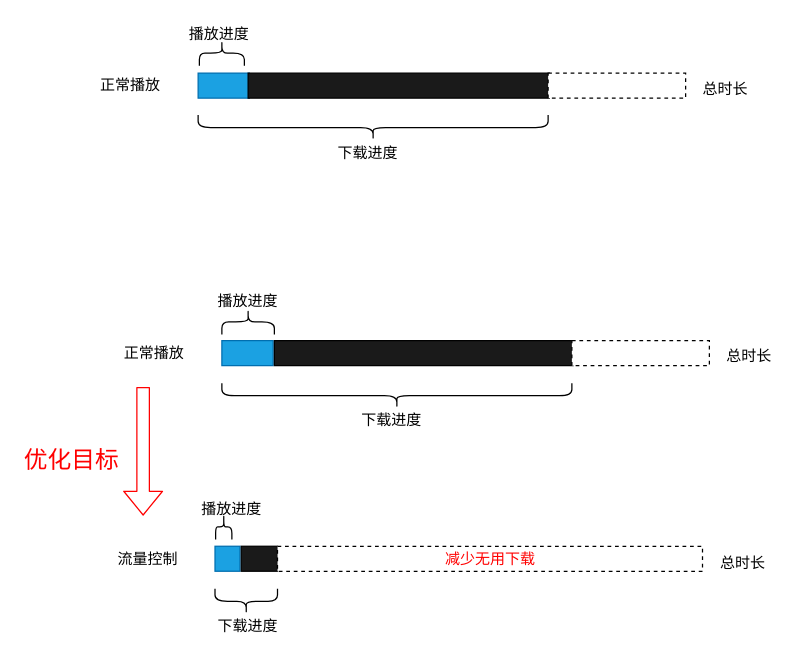
The draw.io diagram page "流控进度图" (10 of 15) of process_container.drawio in Anyewuya/Sev, before the edit. Source tidied: cells renumbered, new cells numbered last; positions are measured from the earlier drawing's top-left corner, leaving out a move shared by most shapes. Both pictures are drawn from the tidied source at 125%, with x=0, y=0 at pixel (20, -48).
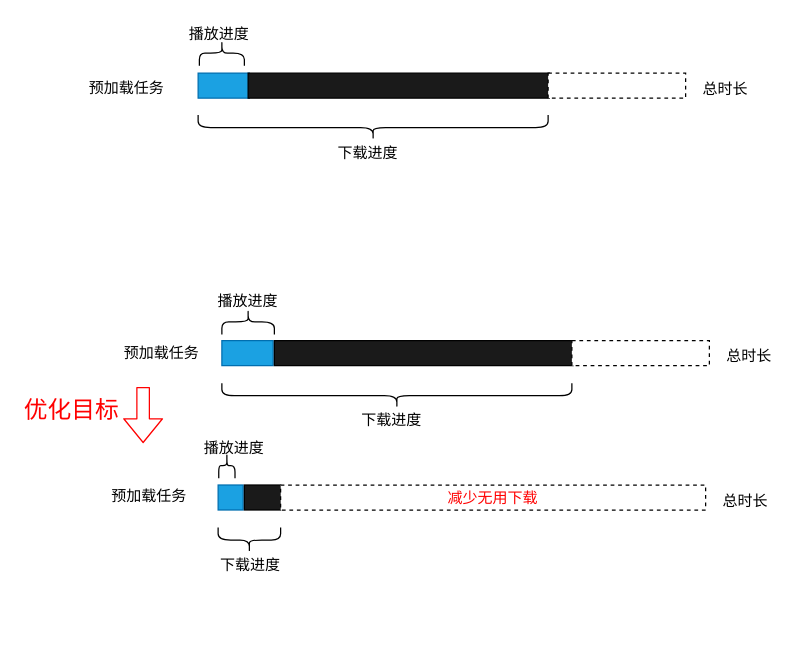
The same page after the edit.

What changed in the source:
```diff
@@
-    <mxCell id="2" value="正常播放" style="text;html=1;align=left;verticalAlign=top;spacingTop=-4;" parent="1" vertex="1">
-      <mxGeometry x="81" y="310" width="58" height="14" as="geometry" />
+    <mxCell id="2" value="预加载任务" style="text;html=1;align=left;verticalAlign=top;spacingTop=-4;" parent="1" vertex="1">
+      <mxGeometry x="81" y="310" width="70" height="14" as="geometry" />
     </mxCell>
@@
-    <mxCell id="11" value="流量控制" style="text;html=1;align=left;verticalAlign=top;spacingTop=-4;" parent="1" vertex="1">
-      <mxGeometry x="75.5" y="474.5" width="60" height="20" as="geometry" />
+    <mxCell id="11" value="预加载任务" style="text;html=1;align=left;verticalAlign=top;spacingTop=-4;" parent="1" vertex="1">
+      <mxGeometry x="70.5" y="424.5" width="70" height="14" as="geometry" />
     </mxCell>
     <mxCell id="12" style="rounded=0;whiteSpace=wrap;html=1;fillColor=#1ba1e2;strokeColor=#006EAF;fontColor=#ffffff;" parent="1" vertex="1">
-      <mxGeometry x="155.5" y="474.5" width="20" height="20" as="geometry" />
+      <mxGeometry x="158" y="425.5" width="20" height="20" as="geometry" />
     </mxCell>
     <mxCell id="13" style="rounded=0;whiteSpace=wrap;html=1;fillColor=#1A1A1A;" parent="1" vertex="1">
-      <mxGeometry x="176.5" y="474.5" width="29" height="20" as="geometry" />
+      <mxGeometry x="179" y="425.5" width="29" height="20" as="geometry" />
     </mxCell>
     <mxCell id="14" value="&lt;font color=&quot;#ff0000&quot;&gt;减少无用下载&lt;/font&gt;" style="rounded=0;whiteSpace=wrap;html=1;dashed=1;" parent="1" vertex="1">
-      <mxGeometry x="205.5" y="474.5" width="340" height="20" as="geometry" />
+      <mxGeometry x="208" y="425.5" width="340" height="20" as="geometry" />
     </mxCell>
     <mxCell id="15" value="总时长" style="text;html=1;align=left;verticalAlign=top;spacingTop=-4;" parent="1" vertex="1">
-      <mxGeometry x="557.5" y="477.5" width="50" height="20" as="geometry" />
+      <mxGeometry x="560" y="428.5" width="50" height="20" as="geometry" />
     </mxCell>
     <mxCell id="16" style="shape=curlyBracket;whiteSpace=wrap;html=1;rounded=1;rotation=270;" parent="1" vertex="1">
-      <mxGeometry x="170.5" y="493.5" width="20" height="50" as="geometry" />
+      <mxGeometry x="173" y="444.5" width="20" height="50" as="geometry" />
     </mxCell>
     <mxCell id="17" style="shape=curlyBracket;whiteSpace=wrap;html=1;rounded=1;rotation=90;" parent="1" vertex="1">
-      <mxGeometry x="152.5" y="452.5" width="20" height="13" as="geometry" />
+      <mxGeometry x="155" y="403.5" width="20" height="13" as="geometry" />
     </mxCell>
     <mxCell id="18" value="下载进度" style="text;html=1;align=left;verticalAlign=top;spacingTop=-4;" parent="1" vertex="1">
-      <mxGeometry x="155.5" y="528.5" width="60" height="20" as="geometry" />
+      <mxGeometry x="158" y="479.5" width="60" height="20" as="geometry" />
     </mxCell>
     <mxCell id="19" value="播放进度" style="text;html=1;align=left;verticalAlign=top;spacingTop=-4;" parent="1" vertex="1">
-      <mxGeometry x="142.5" y="434.5" width="60" height="20" as="geometry" />
+      <mxGeometry x="145" y="385.5" width="60" height="20" as="geometry" />
     </mxCell>
     <mxCell id="20" style="shape=flexArrow;endArrow=classic;html=1;fontSize=19;strokeColor=#FF0000;" parent="1" edge="1">
       <mxGeometry relative="1" as="geometry">
         <mxPoint x="98" y="347" as="sourcePoint" />
-        <mxPoint x="98" y="450" as="targetPoint" />
+        <mxPoint x="98" y="392" as="targetPoint" />
       </mxGeometry>
     </mxCell>
     <mxCell id="21" value="优化目标" style="text;html=1;align=left;verticalAlign=top;spacingTop=-4;fontSize=19;fontColor=#FF0000;" parent="1" vertex="1">
-      <mxGeometry x="0.5" y="392" width="86" height="23" as="geometry" />
+      <mxGeometry x="1" y="351.5" width="86" height="23" as="geometry" />
     </mxCell>
-    <mxCell id="22" value="正常播放" style="text;html=1;align=left;verticalAlign=top;spacingTop=-4;" parent="1" vertex="1">
-      <mxGeometry x="62" y="95.5" width="58" height="14" as="geometry" />
+    <mxCell id="22" value="预加载任务" style="text;html=1;align=left;verticalAlign=top;spacingTop=-4;" parent="1" vertex="1">
+      <mxGeometry x="52.5" y="98" width="70" height="14" as="geometry" />
     </mxCell>
```
